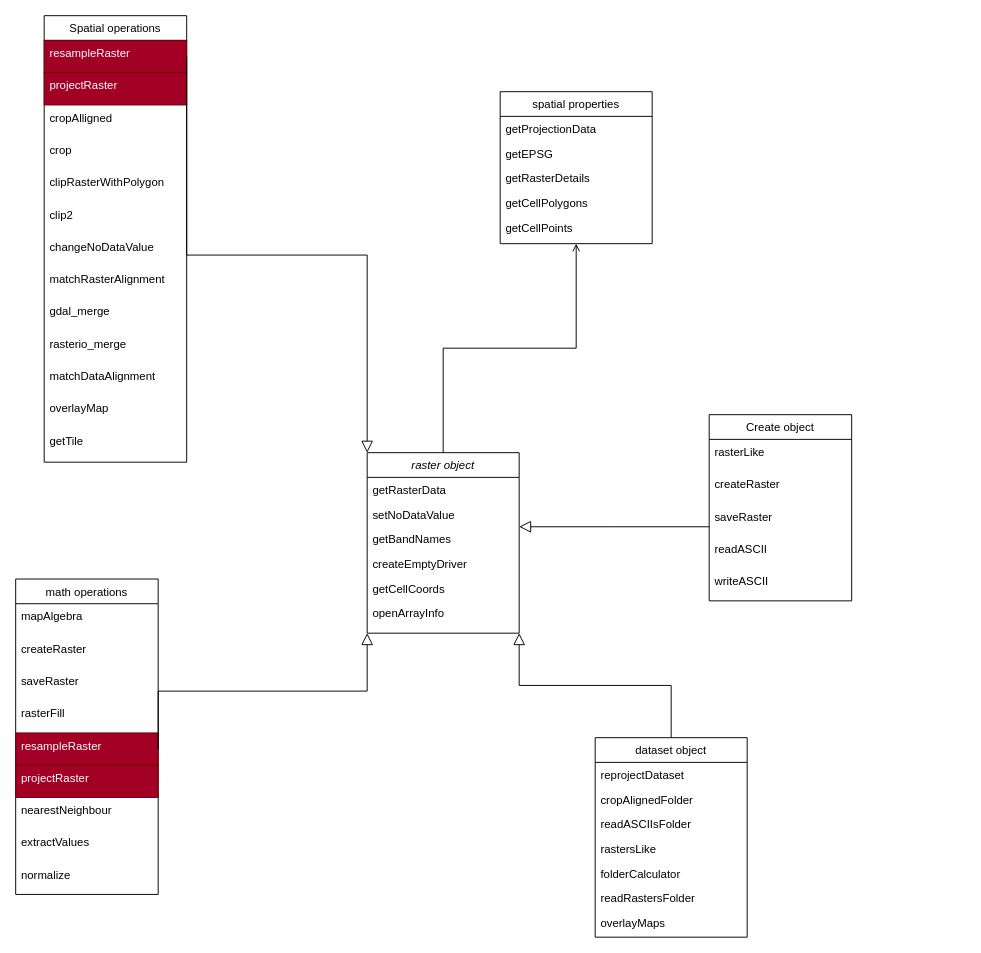
Serapieum-of-alex/pyramids keeps this draw.io diagram as docs/pyramids.drawio. Above is the earlier version. Source tidied: cells renumbered, new cells numbered last; positions are measured from the earlier drawing's top-left corner, leaving out a move shared by most shapes. Both pictures are drawn from the tidied source at 95%, with x=0, y=0 at pixel (15, 15).
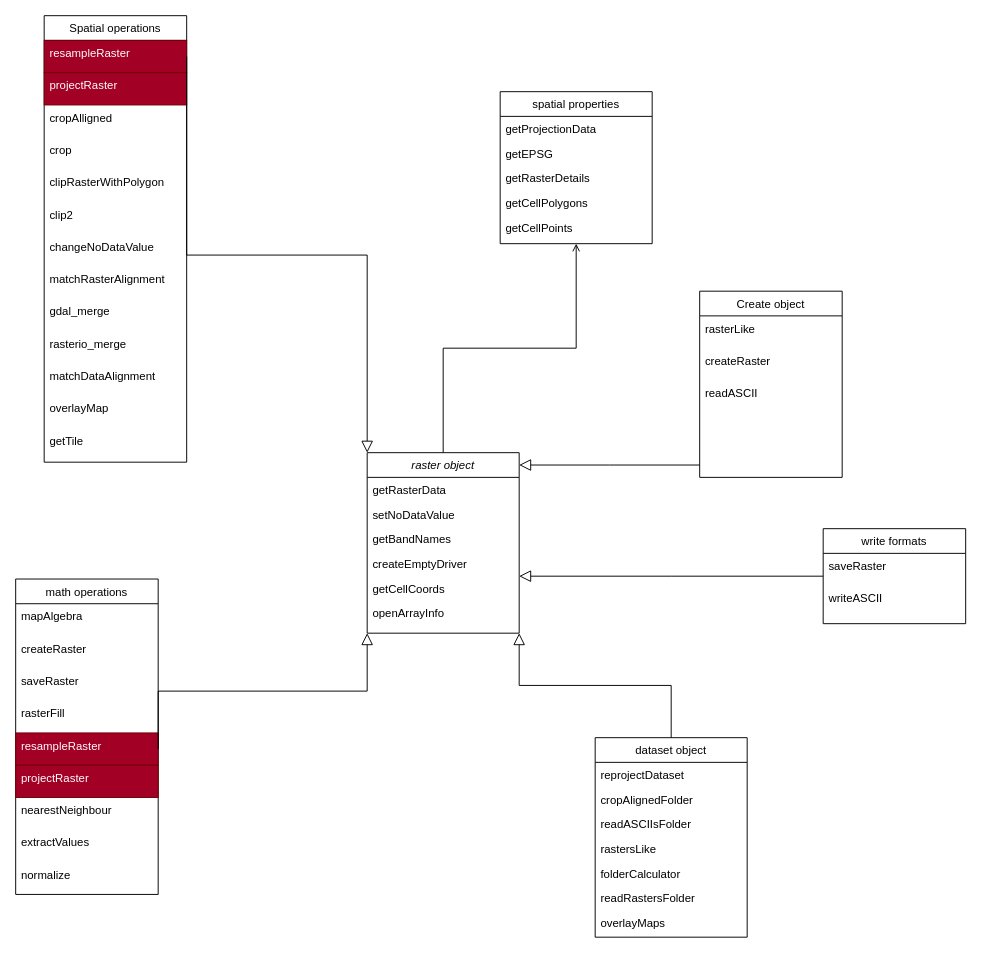
After the change.

Commit message:
structure scheme

Unchanged cells that the change refers to:
```xml
<mxCell id="2" value="raster object" style="swimlane;fontStyle=2;align=center;verticalAlign=top;horizontal=1;startSize=26;rounded=0;shadow=0;strokeWidth=1;" parent="1" vertex="1">
  <mxGeometry x="370" y="460" width="160" height="190" as="geometry" />
</mxCell>
```

The edit, as a diff of the source:
```diff
@@
     <mxCell id="18" value="Create object" style="swimlane;fontStyle=0;align=center;verticalAlign=top;horizontal=1;startSize=26;rounded=0;shadow=0;strokeWidth=1;" parent="1" vertex="1">
-      <mxGeometry x="730" y="420" width="150" height="196" as="geometry" />
+      <mxGeometry x="720" y="290" width="150" height="196" as="geometry" />
     </mxCell>
@@
-    <mxCell id="21" value="saveRaster" style="text;align=left;verticalAlign=top;spacingLeft=4;spacingRight=4;overflow=hidden;" parent="18" vertex="1">
-      <mxGeometry y="94" width="150" height="34" as="geometry" />
-    </mxCell>
     <mxCell id="22" value="readASCII" style="text;align=left;verticalAlign=top;spacingLeft=4;spacingRight=4;overflow=hidden;" parent="18" vertex="1">
-      <mxGeometry y="128" width="150" height="34" as="geometry" />
+      <mxGeometry y="94" width="150" height="34" as="geometry" />
     </mxCell>
-    <mxCell id="23" value="writeASCII" style="text;align=left;verticalAlign=top;spacingLeft=4;spacingRight=4;overflow=hidden;" parent="18" vertex="1">
-      <mxGeometry y="162" width="150" height="34" as="geometry" />
-    </mxCell>
@@
+    <mxCell id="58" value="write formats" style="swimlane;fontStyle=0;align=center;verticalAlign=top;horizontal=1;startSize=26;rounded=0;shadow=0;strokeWidth=1;" parent="1" vertex="1">
+      <mxGeometry x="850" y="540" width="150" height="100" as="geometry" />
+    </mxCell>
+    <mxCell id="21" value="saveRaster" style="text;align=left;verticalAlign=top;spacingLeft=4;spacingRight=4;overflow=hidden;" parent="58" vertex="1">
+      <mxGeometry y="26" width="150" height="34" as="geometry" />
+    </mxCell>
+    <mxCell id="23" value="writeASCII" style="text;align=left;verticalAlign=top;spacingLeft=4;spacingRight=4;overflow=hidden;" parent="58" vertex="1">
+      <mxGeometry y="60" width="150" height="34" as="geometry" />
+    </mxCell>
+    <mxCell id="59" style="endArrow=block;endSize=10;endFill=0;shadow=0;strokeWidth=1;rounded=0;edgeStyle=elbowEdgeStyle;elbow=vertical;" parent="1" edge="1" source="58" target="2">
+      <mxGeometry relative="1" as="geometry" />
+    </mxCell>
```
